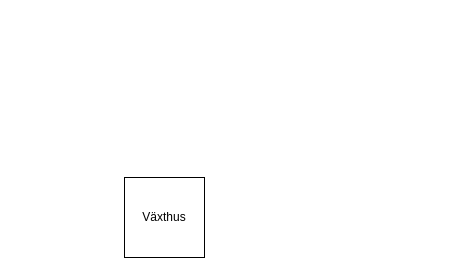
This is Namnlöst diagram.drawio from hgOscNor/W-xter-s, a draw.io file, before an edit. Source tidied: cells renumbered, new cells numbered last; positions are measured from the earlier drawing's top-left corner, leaving out a move shared by most shapes. Both pictures are drawn from the tidied source at 100%, with x=0, y=0 at pixel (124, 177).
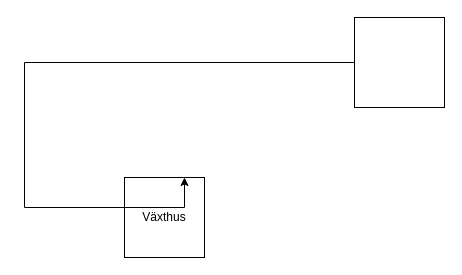
The same page after the edit.

Diff of the diagram source:
```diff
@@
 <mxGraphModel>
   <root>
     <mxCell id="0" />
     <mxCell id="1" parent="0" />
     <mxCell id="2" value="Växthus" style="whiteSpace=wrap;html=1;" parent="1" vertex="1">
       <mxGeometry width="80" height="80" as="geometry" />
     </mxCell>
+    <mxCell id="3" style="edgeStyle=orthogonalEdgeStyle;rounded=0;jettySize=auto;html=1;entryX=0.75;entryY=0;entryDx=0;entryDy=0;" parent="1" edge="1" source="4" target="2">
+      <mxGeometry relative="1" as="geometry">
+        <Array as="points">
+          <mxPoint x="-100" y="-115" />
+          <mxPoint x="-100" y="30" />
+          <mxPoint x="60" y="30" />
+        </Array>
+      </mxGeometry>
+    </mxCell>
+    <mxCell id="4" style="whiteSpace=wrap;html=1;" parent="1" vertex="1">
+      <mxGeometry x="230" y="-160" width="90" height="90" as="geometry" />
+    </mxCell>
   </root>
 </mxGraphModel>
```
